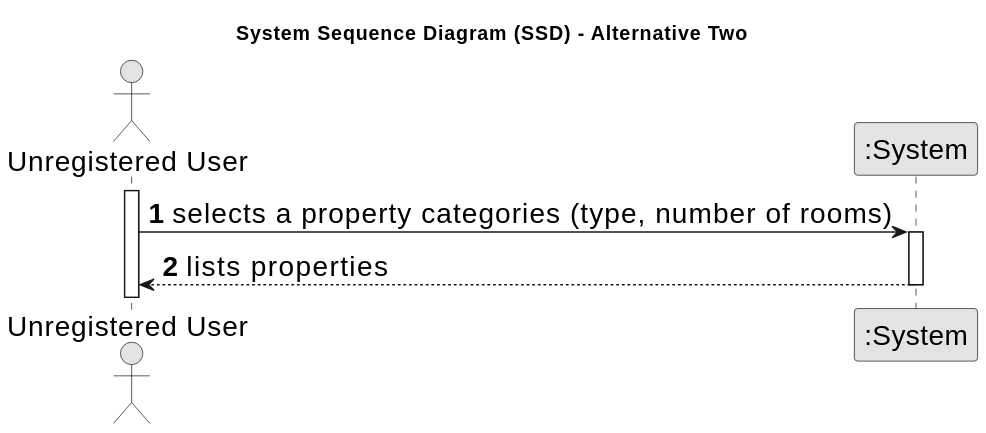
Earlier version of the PlantUML export docs/sprintA/us001/01.requirements-engineering/svg/us001-system-sequence-diagram-alternative-three.svg (Goncalves2525/real-estate-management-system).
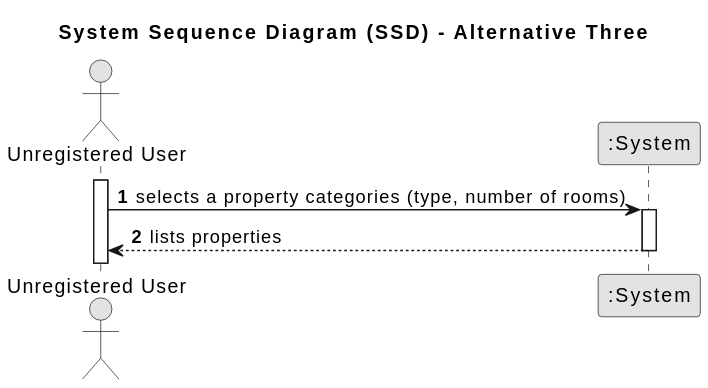
Above is the later version.

What changed in the source:
```diff
@@ -1,10 +1,9 @@
 @startuml
-skinparamlocked defaultFontSize 20
 skinparam monochrome true
 skinparam packageStyle rectangle
 skinparam shadowing false
 
-title System Sequence Diagram (SSD) - Alternative Two
+title System Sequence Diagram (SSD) - Alternative Three
 
 autonumber
 
```
